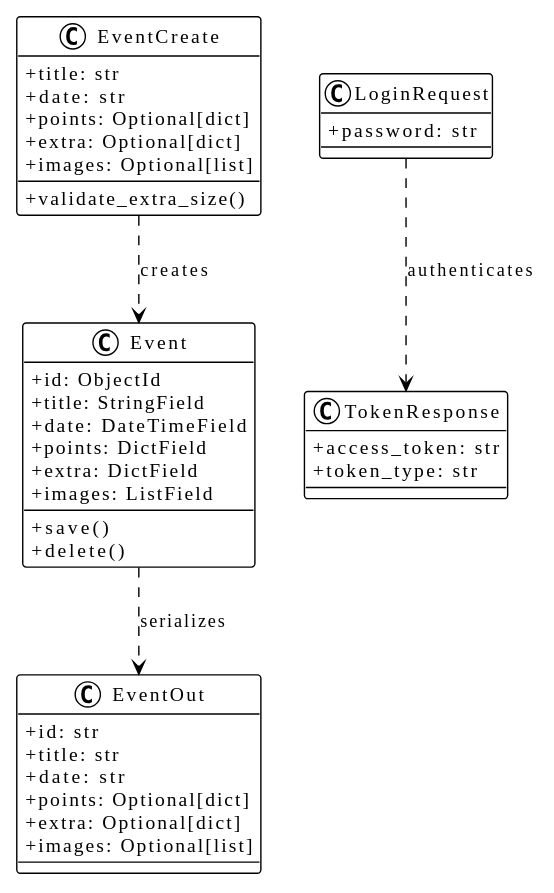
HEIG-RESONATE/resonate2 keeps this PlantUML diagram as docs/diagrams/components.svg. Above is the earlier version. Source of this version:
```plantuml
@startuml
!theme plain
skinparam classAttributeIconSize 0

class Event {
  +id: ObjectId
  +title: StringField
  +date: DateTimeField
  +points: DictField
  +extra: DictField
  +images: ListField
  --
  +save()
  +delete()
}

class EventCreate {
  +title: str
  +date: str
  +points: Optional[dict]
  +extra: Optional[dict]
  +images: Optional[list]
  --
  +validate_extra_size()
}

class EventOut {
  +id: str
  +title: str
  +date: str
  +points: Optional[dict]
  +extra: Optional[dict]
  +images: Optional[list]
}

class LoginRequest {
  +password: str
}

class TokenResponse {
  +access_token: str
  +token_type: str
}

EventCreate ..> Event : creates
Event ..> EventOut : serializes
LoginRequest ..> TokenResponse : authenticates
@enduml
```
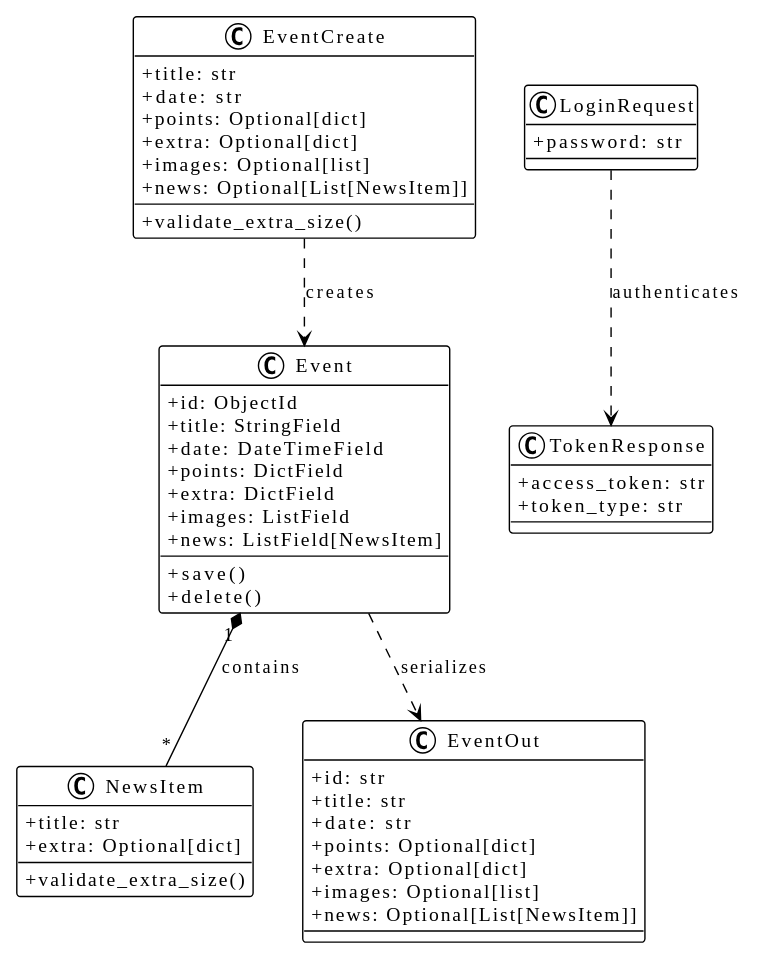
The same diagram one commit later.

Commit message:
Events should contains news

Change to the diagram source:
```diff
@@ -1,6 +1,13 @@
 @startuml
 !theme plain
 skinparam classAttributeIconSize 0
+
+class NewsItem {
+  +title: str
+  +extra: Optional[dict]
+  --
+  +validate_extra_size()
+}
 
 class Event {
   +id: ObjectId
@@ -9,6 +16,7 @@
   +points: DictField
   +extra: DictField
   +images: ListField
+  +news: ListField[NewsItem]
   --
   +save()
   +delete()
@@ -20,6 +28,7 @@
   +points: Optional[dict]
   +extra: Optional[dict]
   +images: Optional[list]
+  +news: Optional[List[NewsItem]]
   --
   +validate_extra_size()
 }
@@ -31,6 +40,7 @@
   +points: Optional[dict]
   +extra: Optional[dict]
   +images: Optional[list]
+  +news: Optional[List[NewsItem]]
 }
 
 class LoginRequest {
@@ -45,4 +55,5 @@
 EventCreate ..> Event : creates
 Event ..> EventOut : serializes
 LoginRequest ..> TokenResponse : authenticates
+Event "1" *-- "*" NewsItem : contains
 @enduml
```
